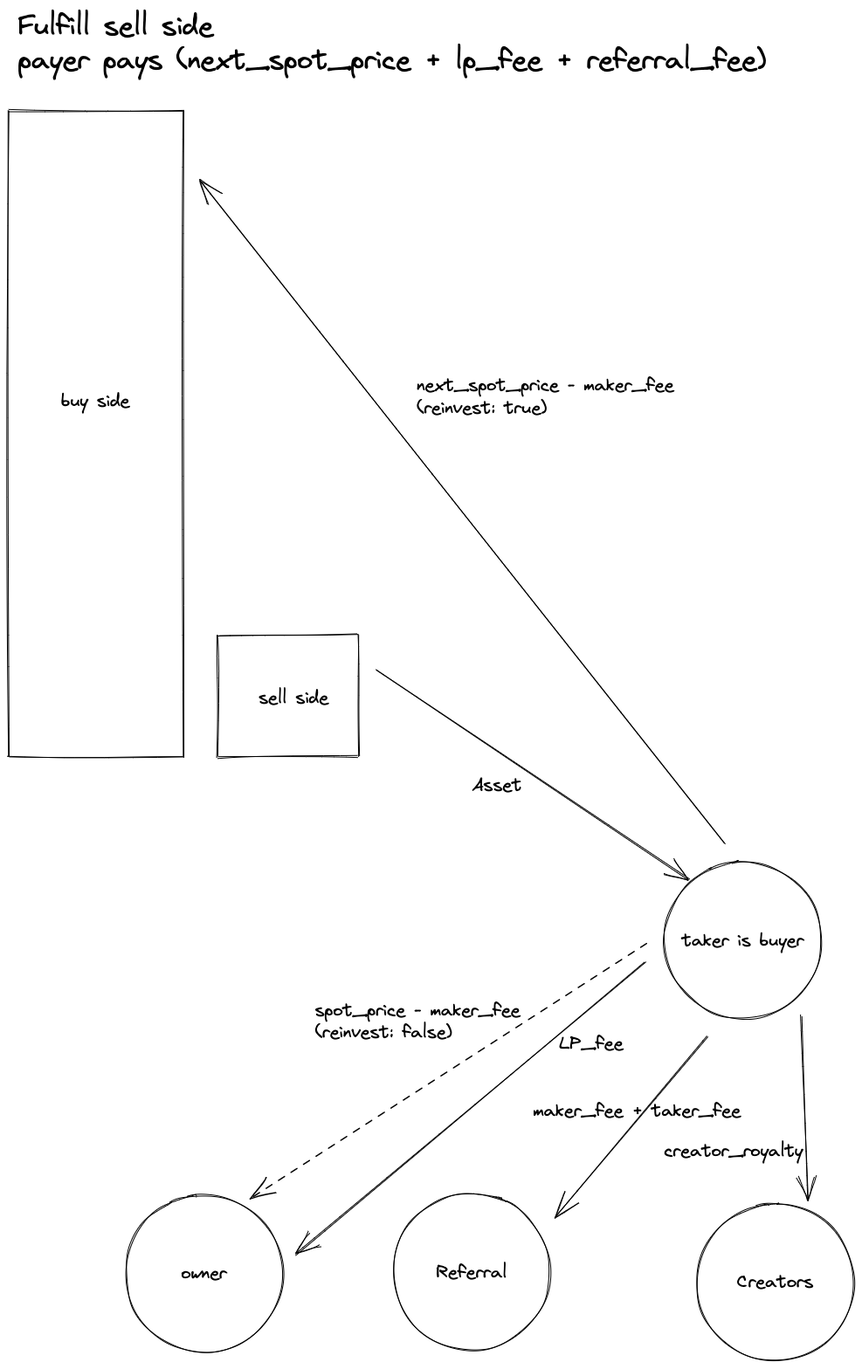
This is docs/fulfill_sell.excalidraw.png from me-foundation/mmm, a Excalidraw export, as it was before one commit. Source tidied: one line per element, renumbered; positions are measured from the earlier drawing's top-left corner, leaving out a move shared by most shapes.
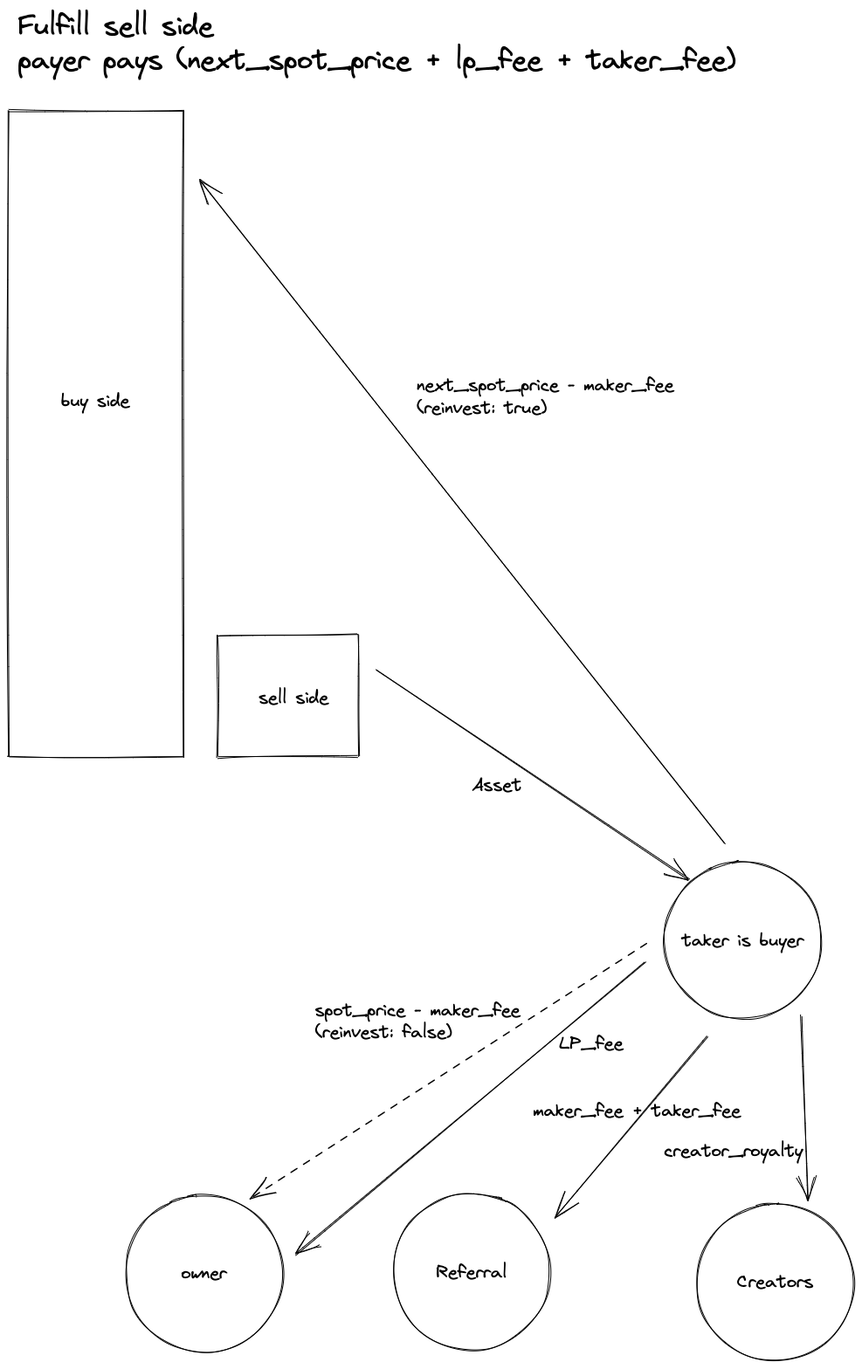
Above is the later version.

Change to the diagram source:
```diff
@@ -18,7 +18,7 @@
 {"id": 17, "type": "text", "text": "maker_fee + taker_fee", "strokeColor": "#000000", "strokeWidth": 1, "roughness": 1, "fontSize": 20, "fontFamily": 1, "x": 600, "y": 1250, "width": 240, "height": 25}
 {"id": 18, "type": "arrow", "strokeColor": "#000000", "strokeWidth": 1, "strokeStyle": "dashed", "roughness": 1, "endArrowhead": "arrow", "from": 6, "to": 4, "x": 730, "y": 1072, "width": 453, "height": 289, "points": [[0, 0], [-453, 289]]}
 {"id": 19, "type": "text", "text": "spot_price - maker_fee\n(reinvest: false)", "strokeColor": "#000000", "strokeWidth": 1, "roughness": 1, "fontSize": 20, "fontFamily": 1, "x": 351, "y": 1135, "width": 236, "height": 50}
-{"id": 20, "type": "text", "text": "Fulfill sell side\npayer pays (next_spot_price + lp_fee + referral_fee)", "strokeColor": "#000000", "strokeWidth": 1, "strokeStyle": "dashed", "roughness": 1, "fontSize": 31.4, "fontFamily": 1, "x": 10, "y": 0, "width": 859, "height": 79}
+{"id": 20, "type": "text", "text": "Fulfill sell side\npayer pays (next_spot_price + lp_fee + taker_fee)", "strokeColor": "#000000", "strokeWidth": 1, "strokeStyle": "dashed", "roughness": 1, "fontSize": 31.4, "fontFamily": 1, "x": 10, "y": 0, "width": 824, "height": 79}
 {"id": 21, "type": "ellipse", "strokeColor": "#000000", "strokeWidth": 1, "roughness": 1, "x": 788, "y": 1369, "width": 180, "height": 180}
 {"id": 22, "type": "text", "text": "Creators", "strokeColor": "#000000", "strokeWidth": 1, "roughness": 1, "fontSize": 20, "fontFamily": 1, "textAlign": "center", "verticalAlign": "middle", "inside": 21, "x": 793, "y": 1446, "width": 170, "height": 25}
 {"id": 23, "type": "arrow", "strokeColor": "#000000", "strokeWidth": 1, "roughness": 1, "endArrowhead": "arrow", "from": 6, "to": 21, "x": 908, "y": 1153, "width": 7, "height": 212, "points": [[0, 0], [7, 212]]}
```
